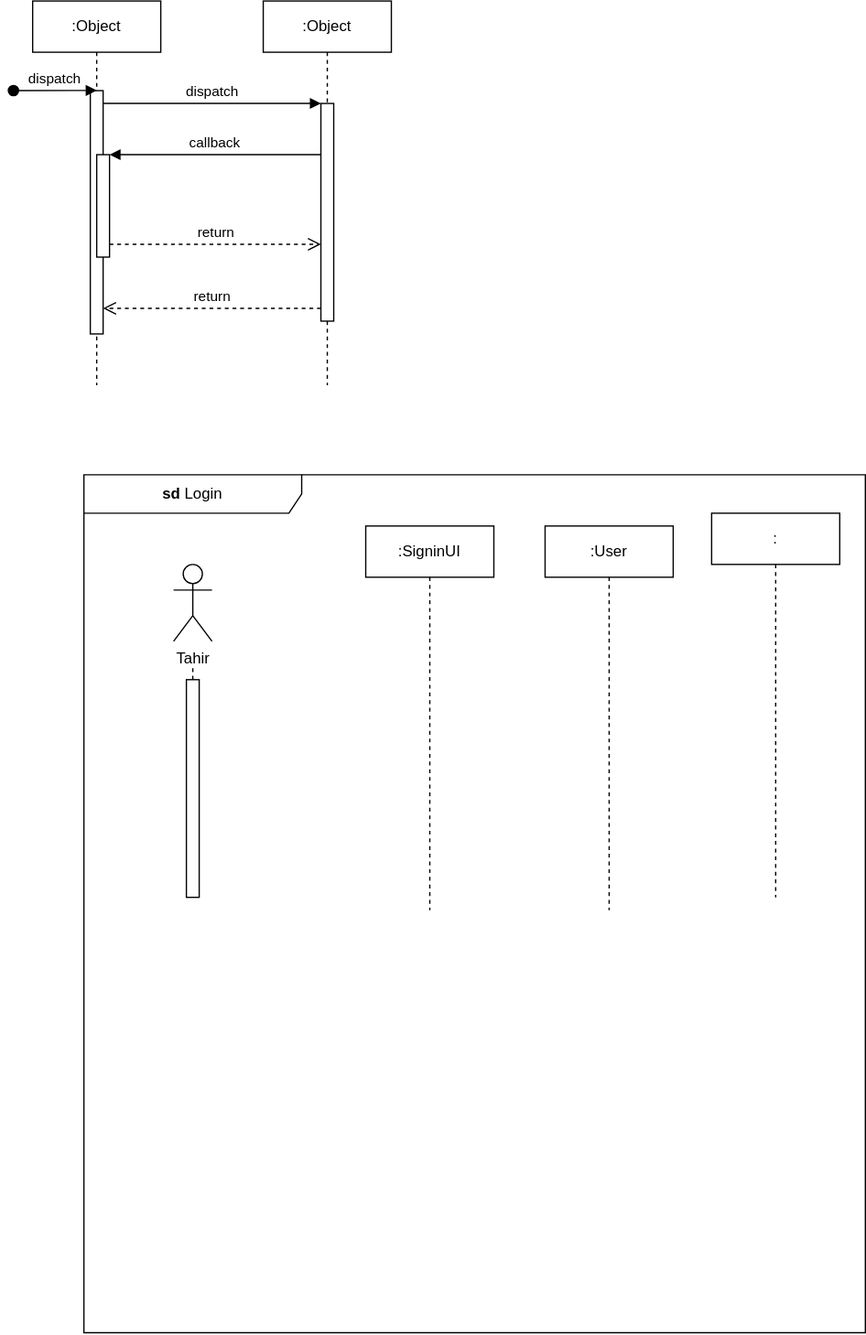
Above: Login ISD.svg in Simamkele88/IFM3_GP (draw.io), before the change. Source tidied: cells renumbered, new cells last; positions are measured from the earlier drawing's top-left corner, leaving out a move shared by most shapes.
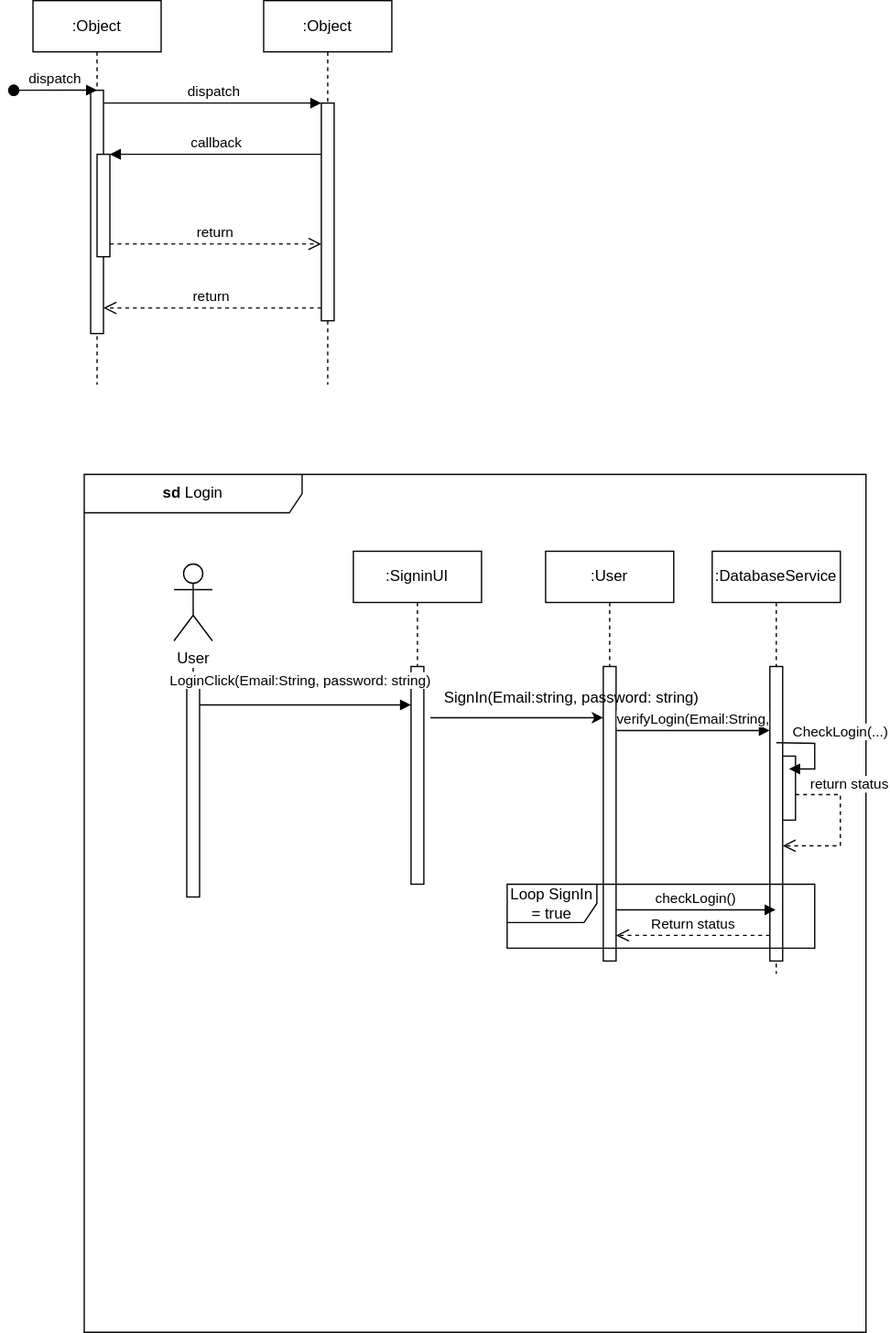
Later version of the same file.

What changed in the source:
```diff
@@ -53,14 +53,14 @@
     <mxCell id="12" value="&lt;b&gt;sd&lt;/b&gt; Login" style="shape=umlFrame;whiteSpace=wrap;html=1;width=170;" parent="1" vertex="1">
       <mxGeometry x="55" y="370" width="610" height="670" as="geometry" />
     </mxCell>
-    <mxCell id="13" value="Tahir" style="shape=umlActor;verticalLabelPosition=bottom;verticalAlign=top;html=1;" parent="12" vertex="1">
+    <mxCell id="13" value="User" style="shape=umlActor;verticalLabelPosition=bottom;verticalAlign=top;html=1;" parent="12" vertex="1">
       <mxGeometry x="70" y="70" width="30" height="60" as="geometry" />
     </mxCell>
     <mxCell id="14" style="html=1;points=[];perimeter=orthogonalPerimeter;outlineConnect=0;targetShapes=umlLifeline;portConstraint=eastwest;newEdgeStyle={&quot;edgeStyle&quot;:&quot;elbowEdgeStyle&quot;,&quot;elbow&quot;:&quot;vertical&quot;,&quot;curved&quot;:0,&quot;rounded&quot;:0};" parent="12" vertex="1">
       <mxGeometry x="80" y="160" width="10" height="170" as="geometry" />
     </mxCell>
     <mxCell id="15" value=":SigninUI" style="shape=umlLifeline;perimeter=lifelinePerimeter;whiteSpace=wrap;html=1;newEdgeStyle={&quot;curved&quot;:0,&quot;rounded&quot;:0};" parent="12" vertex="1">
-      <mxGeometry x="220" y="40" width="100" height="300" as="geometry" />
+      <mxGeometry x="210" y="60" width="100" height="90" as="geometry" />
     </mxCell>
     <mxCell id="16" style="endArrow=none;dashed=1;html=1;rounded=0;" parent="12" edge="1" source="14">
       <mxGeometry relative="1" as="geometry">
@@ -68,10 +68,77 @@
       </mxGeometry>
     </mxCell>
     <mxCell id="17" value=":User" style="shape=umlLifeline;perimeter=lifelinePerimeter;whiteSpace=wrap;html=1;newEdgeStyle={&quot;curved&quot;:0,&quot;rounded&quot;:0};" parent="12" vertex="1">
-      <mxGeometry x="360" y="40" width="100" height="300" as="geometry" />
+      <mxGeometry x="360" y="60" width="100" height="90" as="geometry" />
     </mxCell>
-    <mxCell id="18" value=":" style="shape=umlLifeline;perimeter=lifelinePerimeter;whiteSpace=wrap;html=1;outlineConnect=0;portConstraint=eastwest;newEdgeStyle={&quot;curved&quot;:0,&quot;rounded&quot;:0};" parent="12" vertex="1">
-      <mxGeometry x="490" y="30" width="100" height="300" as="geometry" />
+    <mxCell id="18" value=":DatabaseService" style="shape=umlLifeline;perimeter=lifelinePerimeter;whiteSpace=wrap;html=1;outlineConnect=0;portConstraint=eastwest;newEdgeStyle={&quot;curved&quot;:0,&quot;rounded&quot;:0};" parent="12" vertex="1">
+      <mxGeometry x="490" y="60" width="100" height="330" as="geometry" />
     </mxCell>
+    <mxCell id="19" style="html=1;points=[];perimeter=orthogonalPerimeter;outlineConnect=0;targetShapes=umlLifeline;portConstraint=eastwest;newEdgeStyle={&quot;edgeStyle&quot;:&quot;elbowEdgeStyle&quot;,&quot;elbow&quot;:&quot;vertical&quot;,&quot;curved&quot;:0,&quot;rounded&quot;:0};" parent="18" vertex="1">
+      <mxGeometry x="45" y="90" width="10" height="230" as="geometry" />
+    </mxCell>
+    <mxCell id="20" style="html=1;points=[];perimeter=orthogonalPerimeter;outlineConnect=0;targetShapes=umlLifeline;portConstraint=eastwest;newEdgeStyle={&quot;edgeStyle&quot;:&quot;elbowEdgeStyle&quot;,&quot;elbow&quot;:&quot;vertical&quot;,&quot;curved&quot;:0,&quot;rounded&quot;:0};" parent="18" vertex="1">
+      <mxGeometry x="55" y="160" width="10" height="50" as="geometry" />
+    </mxCell>
+    <mxCell id="21" value="return status" style="html=1;verticalAlign=bottom;endArrow=open;dashed=1;endSize=8;curved=0;rounded=0;" parent="18" edge="1" source="20" target="19">
+      <mxGeometry x="-0.41" y="7" relative="1" as="geometry">
+        <Array as="points">
+          <mxPoint x="100" y="190" />
+          <mxPoint x="100" y="210" />
+          <mxPoint x="100" y="230" />
+          <mxPoint x="80" y="230" />
+        </Array>
+      </mxGeometry>
+    </mxCell>
+    <mxCell id="22" style="html=1;points=[];perimeter=orthogonalPerimeter;outlineConnect=0;targetShapes=umlLifeline;portConstraint=eastwest;newEdgeStyle={&quot;edgeStyle&quot;:&quot;elbowEdgeStyle&quot;,&quot;elbow&quot;:&quot;vertical&quot;,&quot;curved&quot;:0,&quot;rounded&quot;:0};" parent="12" vertex="1">
+      <mxGeometry x="255" y="150" width="10" height="170" as="geometry" />
+    </mxCell>
+    <mxCell id="23" style="html=1;points=[];perimeter=orthogonalPerimeter;outlineConnect=0;targetShapes=umlLifeline;portConstraint=eastwest;newEdgeStyle={&quot;edgeStyle&quot;:&quot;elbowEdgeStyle&quot;,&quot;elbow&quot;:&quot;vertical&quot;,&quot;curved&quot;:0,&quot;rounded&quot;:0};" parent="12" vertex="1">
+      <mxGeometry x="405" y="150" width="10" height="230" as="geometry" />
+    </mxCell>
+    <mxCell id="24" style="endArrow=classic;html=1;rounded=0;" parent="12" edge="1" target="23">
+      <mxGeometry relative="1" as="geometry">
+        <mxPoint x="270" y="190" as="sourcePoint" />
+      </mxGeometry>
+    </mxCell>
+    <mxCell id="25" value="SignIn(Email:string, password: string)" style="text;html=1;align=center;verticalAlign=middle;strokeColor=none;fillColor=none;" parent="12" vertex="1">
+      <mxGeometry x="270" y="160" width="220" height="30" as="geometry" />
+    </mxCell>
+    <mxCell id="26" value="Return status" style="html=1;verticalAlign=bottom;endArrow=open;dashed=1;endSize=8;curved=0;rounded=0;" parent="12" edge="1" source="19" target="23">
+      <mxGeometry relative="1" as="geometry">
+        <Array as="points">
+          <mxPoint x="470" y="360" />
+        </Array>
+      </mxGeometry>
+    </mxCell>
+    <mxCell id="27" value="verifyLogin(Email:String," style="html=1;verticalAlign=bottom;endArrow=block;curved=0;rounded=0;" parent="12" edge="1" source="23" target="19">
+      <mxGeometry relative="1" as="geometry">
+        <Array as="points">
+          <mxPoint x="480" y="200" />
+        </Array>
+      </mxGeometry>
+    </mxCell>
+    <mxCell id="28" value="CheckLogin(...)" style="html=1;verticalAlign=bottom;endArrow=block;curved=0;rounded=0;" parent="12" edge="1">
+      <mxGeometry x="-0.14" y="20" relative="1" as="geometry">
+        <mxPoint x="540" y="209.5" as="sourcePoint" />
+        <mxPoint x="550" y="230" as="targetPoint" />
+        <Array as="points">
+          <mxPoint x="570" y="210" />
+          <mxPoint x="570" y="230" />
+        </Array>
+      </mxGeometry>
+    </mxCell>
+    <mxCell id="29" value="LoginClick(Email:String, password: string)&amp;nbsp;" style="html=1;verticalAlign=bottom;endArrow=block;curved=0;rounded=0;" parent="12" edge="1" target="22">
+      <mxGeometry x="-0.03" y="10" relative="1" as="geometry">
+        <mxPoint x="90" y="180" as="sourcePoint" />
+      </mxGeometry>
+    </mxCell>
+    <mxCell id="30" value="checkLogin()" style="html=1;verticalAlign=bottom;endArrow=block;curved=0;rounded=0;" parent="12" edge="1" target="18">
+      <mxGeometry relative="1" as="geometry">
+        <mxPoint x="415" y="340" as="sourcePoint" />
+      </mxGeometry>
+    </mxCell>
+    <mxCell id="31" value="Loop SignIn = true" style="shape=umlFrame;whiteSpace=wrap;html=1;width=70;height=30;" parent="12" vertex="1">
+      <mxGeometry x="330" y="320" width="240" height="50" as="geometry" />
+    </mxCell>
   </root>
 </mxGraphModel>
```
